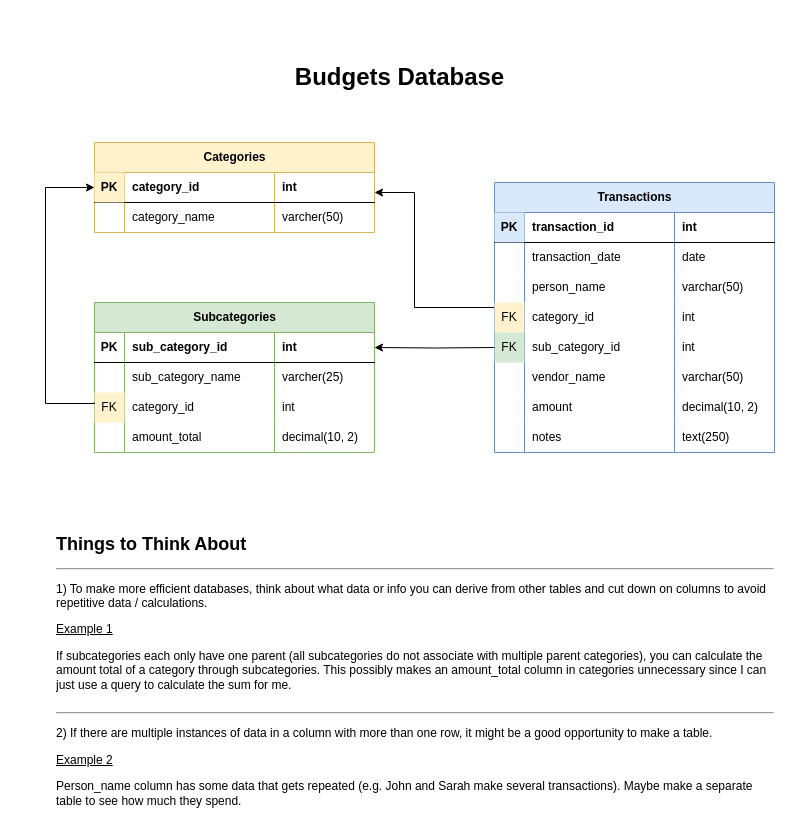
This is sprint-1/09-database-design/exercise_database-design/e9-transactions-diagram.drawio from full-stack-devs-learn/niantic-2024-07-voyager-jane, a draw.io file, before an edit. Source tidied: cells renumbered, new cells numbered last; positions are measured from the earlier drawing's top-left corner, leaving out a move shared by most shapes. Both pictures are drawn from the tidied source at 100%, with x=0, y=0 at pixel (45, 57).
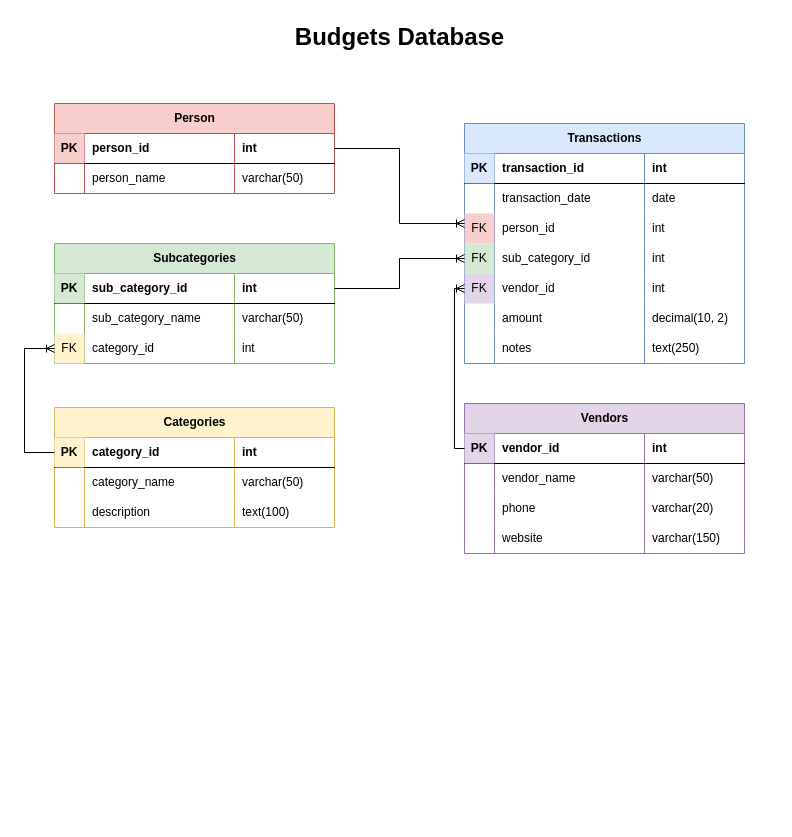
The same diagram, later.

Commit message (it also covers changes not shown here):
Review Project 2 - Successfully Created Budget database w/ filled tables

Unchanged cells that the change refers to:
```xml
<mxCell id="12" style="shape=tableRow;horizontal=0;startSize=0;swimlaneHead=0;swimlaneBody=0;fillColor=none;points=[[0,0.5],[1,0.5]];portConstraint=eastwest;top=0;left=0;right=0;bottom=0;" parent="3" vertex="1">
  <mxGeometry y="90" width="280" height="30" as="geometry" />
</mxCell>
<mxCell id="37" style="shape=tableRow;horizontal=0;startSize=0;swimlaneHead=0;swimlaneBody=0;fillColor=none;points=[[0,0.5],[1,0.5]];portConstraint=eastwest;top=0;left=0;right=0;bottom=1;" parent="36" vertex="1">
  <mxGeometry y="30" width="280" height="30" as="geometry" />
</mxCell>
<mxCell id="41" style="shape=tableRow;horizontal=0;startSize=0;swimlaneHead=0;swimlaneBody=0;fillColor=none;top=0;left=0;right=0;bottom=0;" parent="36" vertex="1">
  <mxGeometry y="60" width="280" height="30" as="geometry" />
</mxCell>
<mxCell id="46" style="shape=tableRow;horizontal=0;startSize=0;swimlaneHead=0;swimlaneBody=0;fillColor=none;points=[[0,0.5],[1,0.5]];portConstraint=eastwest;top=0;left=0;right=0;bottom=1;" parent="45" vertex="1">
  <mxGeometry y="30" width="280" height="30" as="geometry" />
</mxCell>
<mxCell id="50" style="shape=tableRow;horizontal=0;startSize=0;swimlaneHead=0;swimlaneBody=0;fillColor=none;top=0;left=0;right=0;bottom=0;" parent="45" vertex="1">
  <mxGeometry y="60" width="280" height="30" as="geometry" />
</mxCell>
<mxCell id="54" style="shape=tableRow;horizontal=0;startSize=0;swimlaneHead=0;swimlaneBody=0;fillColor=none;points=[[0,0.5],[1,0.5]];portConstraint=eastwest;top=0;left=0;right=0;bottom=0;" parent="45" vertex="1">
  <mxGeometry y="90" width="280" height="30" as="geometry" />
</mxCell>
```

The edit, as a diff of the source:
```diff
@@
-    <mxCell id="2" style="edgeStyle=orthogonalEdgeStyle;rounded=0;orthogonalLoop=1;jettySize=auto;html=1;" parent="1" edge="1">
-      <mxGeometry relative="1" as="geometry">
-        <mxPoint x="449" y="250" as="sourcePoint" />
-        <mxPoint x="329" y="135" as="targetPoint" />
-        <Array as="points">
-          <mxPoint x="369" y="250" />
-          <mxPoint x="369" y="135" />
-        </Array>
-      </mxGeometry>
-    </mxCell>
     <mxCell id="3" value="Transactions" style="shape=table;startSize=30;childLayout=tableLayout;rowLines=0;fontStyle=1;align=center;html=1;fillColor=#dae8fc;strokeColor=#6c8ebf;" parent="1" vertex="1">
-      <mxGeometry x="449" y="125" width="280" height="270" as="geometry" />
+      <mxGeometry x="419" y="66" width="280" height="240" as="geometry" />
     </mxCell>
@@
-    <mxCell id="13" style="shape=partialRectangle;fillColor=none;top=0;left=0;bottom=0;right=0;overflow=hidden;whiteSpace=wrap;html=1;" parent="12" vertex="1">
+    <mxCell id="13" value="FK" style="shape=partialRectangle;fillColor=#f8cecc;top=0;left=0;bottom=0;right=0;overflow=hidden;whiteSpace=wrap;html=1;strokeColor=#b85450;" parent="12" vertex="1">
       <mxGeometry width="30" height="30" as="geometry" />
     </mxCell>
-    <mxCell id="14" value="person_name" style="shape=partialRectangle;fillColor=none;top=0;left=0;bottom=0;right=0;align=left;spacingLeft=6;overflow=hidden;whiteSpace=wrap;html=1;" parent="12" vertex="1">
+    <mxCell id="14" value="person_id" style="shape=partialRectangle;fillColor=none;top=0;left=0;bottom=0;right=0;align=left;spacingLeft=6;overflow=hidden;whiteSpace=wrap;html=1;" parent="12" vertex="1">
       <mxGeometry x="30" width="150" height="30" as="geometry" />
     </mxCell>
-    <mxCell id="15" value="varchar(50)" style="shape=partialRectangle;fillColor=none;top=0;left=0;bottom=0;right=0;align=left;spacingLeft=6;overflow=hidden;whiteSpace=wrap;html=1;" parent="12" vertex="1">
+    <mxCell id="15" value="int" style="shape=partialRectangle;fillColor=none;top=0;left=0;bottom=0;right=0;align=left;spacingLeft=6;overflow=hidden;whiteSpace=wrap;html=1;" parent="12" vertex="1">
       <mxGeometry x="180" width="100" height="30" as="geometry" />
     </mxCell>
-    <mxCell id="16" style="shape=tableRow;horizontal=0;startSize=0;swimlaneHead=0;swimlaneBody=0;fillColor=none;top=0;left=0;right=0;bottom=0;" parent="3" vertex="1">
-      <mxGeometry y="120" width="280" height="30" as="geometry" />
-    </mxCell>
-    <mxCell id="17" value="FK" style="shape=partialRectangle;fillColor=#fff2cc;top=0;left=0;bottom=0;right=0;overflow=hidden;whiteSpace=wrap;html=1;strokeColor=#d6b656;" parent="16" vertex="1">
-      <mxGeometry width="30" height="30" as="geometry" />
-    </mxCell>
-    <mxCell id="18" value="category_id" style="shape=partialRectangle;fillColor=none;top=0;left=0;bottom=0;right=0;align=left;spacingLeft=6;overflow=hidden;whiteSpace=wrap;html=1;" parent="16" vertex="1">
-      <mxGeometry x="30" width="150" height="30" as="geometry" />
-    </mxCell>
-    <mxCell id="19" value="int" style="shape=partialRectangle;fillColor=none;top=0;left=0;bottom=0;right=0;align=left;spacingLeft=6;overflow=hidden;whiteSpace=wrap;html=1;" parent="16" vertex="1">
-      <mxGeometry x="180" width="100" height="30" as="geometry" />
-    </mxCell>
     <mxCell id="20" style="shape=tableRow;horizontal=0;startSize=0;swimlaneHead=0;swimlaneBody=0;fillColor=none;points=[[0,0.5],[1,0.5]];portConstraint=eastwest;top=0;left=0;right=0;bottom=0;" parent="3" vertex="1">
-      <mxGeometry y="150" width="280" height="30" as="geometry" />
+      <mxGeometry y="120" width="280" height="30" as="geometry" />
     </mxCell>
@@
     <mxCell id="24" style="shape=tableRow;horizontal=0;startSize=0;swimlaneHead=0;swimlaneBody=0;fillColor=none;points=[[0,0.5],[1,0.5]];portConstraint=eastwest;top=0;left=0;right=0;bottom=0;" parent="3" vertex="1">
-      <mxGeometry y="180" width="280" height="30" as="geometry" />
+      <mxGeometry y="150" width="280" height="30" as="geometry" />
     </mxCell>
-    <mxCell id="25" style="shape=partialRectangle;fillColor=none;top=0;left=0;bottom=0;right=0;overflow=hidden;whiteSpace=wrap;html=1;" parent="24" vertex="1">
+    <mxCell id="25" value="FK" style="shape=partialRectangle;fillColor=#e1d5e7;top=0;left=0;bottom=0;right=0;overflow=hidden;whiteSpace=wrap;html=1;strokeColor=#9673a6;" parent="24" vertex="1">
       <mxGeometry width="30" height="30" as="geometry" />
     </mxCell>
-    <mxCell id="26" value="vendor_name" style="shape=partialRectangle;fillColor=none;top=0;left=0;bottom=0;right=0;align=left;spacingLeft=6;overflow=hidden;whiteSpace=wrap;html=1;" parent="24" vertex="1">
+    <mxCell id="26" value="vendor_id" style="shape=partialRectangle;fillColor=none;top=0;left=0;bottom=0;right=0;align=left;spacingLeft=6;overflow=hidden;whiteSpace=wrap;html=1;" parent="24" vertex="1">
       <mxGeometry x="30" width="150" height="30" as="geometry" />
     </mxCell>
-    <mxCell id="27" value="varchar(50)" style="shape=partialRectangle;fillColor=none;top=0;left=0;bottom=0;right=0;align=left;spacingLeft=6;overflow=hidden;whiteSpace=wrap;html=1;" parent="24" vertex="1">
+    <mxCell id="27" value="int" style="shape=partialRectangle;fillColor=none;top=0;left=0;bottom=0;right=0;align=left;spacingLeft=6;overflow=hidden;whiteSpace=wrap;html=1;" parent="24" vertex="1">
       <mxGeometry x="180" width="100" height="30" as="geometry" />
     </mxCell>
     <mxCell id="28" style="shape=tableRow;horizontal=0;startSize=0;swimlaneHead=0;swimlaneBody=0;fillColor=none;top=0;left=0;right=0;bottom=0;" parent="3" vertex="1">
-      <mxGeometry y="210" width="280" height="30" as="geometry" />
+      <mxGeometry y="180" width="280" height="30" as="geometry" />
     </mxCell>
@@
     <mxCell id="32" style="shape=tableRow;horizontal=0;startSize=0;swimlaneHead=0;swimlaneBody=0;fillColor=none;top=0;left=0;right=0;bottom=0;" parent="3" vertex="1">
-      <mxGeometry y="240" width="280" height="30" as="geometry" />
+      <mxGeometry y="210" width="280" height="30" as="geometry" />
     </mxCell>
@@
     <mxCell id="36" value="Categories" style="shape=table;startSize=30;childLayout=tableLayout;rowLines=0;fontStyle=1;align=center;html=1;fillColor=#fff2cc;strokeColor=#d6b656;" parent="1" vertex="1">
-      <mxGeometry x="49" y="85" width="280" height="90" as="geometry" />
+      <mxGeometry x="9" y="350" width="280" height="120" as="geometry" />
     </mxCell>
@@
-    <mxCell id="44" value="varcher(50)" style="shape=partialRectangle;fillColor=none;top=0;left=0;bottom=0;right=0;align=left;spacingLeft=6;overflow=hidden;whiteSpace=wrap;html=1;" parent="41" vertex="1">
+    <mxCell id="44" value="varchar(50)" style="shape=partialRectangle;fillColor=none;top=0;left=0;bottom=0;right=0;align=left;spacingLeft=6;overflow=hidden;whiteSpace=wrap;html=1;" parent="41" vertex="1">
       <mxGeometry x="180" width="100" height="30" as="geometry" />
     </mxCell>
+    <mxCell id="66" style="shape=tableRow;horizontal=0;startSize=0;swimlaneHead=0;swimlaneBody=0;fillColor=none;top=0;left=0;right=0;bottom=0;" parent="36" vertex="1">
+      <mxGeometry y="90" width="280" height="30" as="geometry" />
+    </mxCell>
+    <mxCell id="67" style="shape=partialRectangle;fillColor=none;top=0;left=0;bottom=0;right=0;overflow=hidden;whiteSpace=wrap;html=1;" parent="66" vertex="1">
+      <mxGeometry width="30" height="30" as="geometry" />
+    </mxCell>
+    <mxCell id="68" value="description" style="shape=partialRectangle;fillColor=none;top=0;left=0;bottom=0;right=0;align=left;spacingLeft=6;overflow=hidden;whiteSpace=wrap;html=1;strokeColor=default;" parent="66" vertex="1">
+      <mxGeometry x="30" width="150" height="30" as="geometry" />
+    </mxCell>
+    <mxCell id="69" value="text(100)" style="shape=partialRectangle;fillColor=none;top=0;left=0;bottom=0;right=0;align=left;spacingLeft=6;overflow=hidden;whiteSpace=wrap;html=1;" parent="66" vertex="1">
+      <mxGeometry x="180" width="100" height="30" as="geometry" />
+    </mxCell>
     <mxCell id="45" value="Subcategories" style="shape=table;startSize=30;childLayout=tableLayout;rowLines=0;fontStyle=1;align=center;html=1;fillColor=#d5e8d4;strokeColor=#82b366;" parent="1" vertex="1">
-      <mxGeometry x="49" y="245" width="280" height="150" as="geometry" />
+      <mxGeometry x="9" y="186" width="280" height="120" as="geometry" />
     </mxCell>
@@
-    <mxCell id="47" value="PK" style="shape=partialRectangle;fillColor=none;top=0;left=0;bottom=0;right=0;fontStyle=1;overflow=hidden;whiteSpace=wrap;html=1;" parent="46" vertex="1">
+    <mxCell id="47" value="PK" style="shape=partialRectangle;fillColor=#d5e8d4;top=0;left=0;bottom=0;right=0;fontStyle=1;overflow=hidden;whiteSpace=wrap;html=1;strokeColor=#82b366;" parent="46" vertex="1">
       <mxGeometry width="30" height="30" as="geometry" />
     </mxCell>
@@
-    <mxCell id="53" value="varcher(25)" style="shape=partialRectangle;fillColor=none;top=0;left=0;bottom=0;right=0;align=left;spacingLeft=6;overflow=hidden;whiteSpace=wrap;html=1;" parent="50" vertex="1">
+    <mxCell id="53" value="varchar(50)" style="shape=partialRectangle;fillColor=none;top=0;left=0;bottom=0;right=0;align=left;spacingLeft=6;overflow=hidden;whiteSpace=wrap;html=1;" parent="50" vertex="1">
       <mxGeometry x="180" width="100" height="30" as="geometry" />
     </mxCell>
@@
-    <mxCell id="58" style="shape=tableRow;horizontal=0;startSize=0;swimlaneHead=0;swimlaneBody=0;fillColor=none;top=0;left=0;right=0;bottom=0;" parent="45" vertex="1">
-      <mxGeometry y="120" width="280" height="30" as="geometry" />
-    </mxCell>
-    <mxCell id="59" style="shape=partialRectangle;fillColor=none;top=0;left=0;bottom=0;right=0;overflow=hidden;whiteSpace=wrap;html=1;" parent="58" vertex="1">
-      <mxGeometry width="30" height="30" as="geometry" />
-    </mxCell>
-    <mxCell id="60" value="amount_total" style="shape=partialRectangle;fillColor=none;top=0;left=0;bottom=0;right=0;align=left;spacingLeft=6;overflow=hidden;whiteSpace=wrap;html=1;" parent="58" vertex="1">
-      <mxGeometry x="30" width="150" height="30" as="geometry" />
-    </mxCell>
-    <mxCell id="61" value="decimal(10, 2)" style="shape=partialRectangle;fillColor=none;top=0;left=0;bottom=0;right=0;align=left;spacingLeft=6;overflow=hidden;whiteSpace=wrap;html=1;" parent="58" vertex="1">
-      <mxGeometry x="180" width="100" height="30" as="geometry" />
-    </mxCell>
-    <mxCell id="62" style="edgeStyle=orthogonalEdgeStyle;rounded=0;jettySize=auto;html=1;" parent="1" edge="1" target="46">
-      <mxGeometry relative="1" as="geometry">
-        <mxPoint x="449" y="290" as="sourcePoint" />
-      </mxGeometry>
-    </mxCell>
-    <mxCell id="63" style="edgeStyle=orthogonalEdgeStyle;rounded=0;jettySize=auto;html=1;entryX=0;entryY=0.5;entryDx=0;entryDy=0;" parent="1" edge="1" target="37">
-      <mxGeometry relative="1" as="geometry">
-        <mxPoint x="49" y="345" as="sourcePoint" />
-        <Array as="points">
-          <mxPoint x="49" y="346" />
-          <mxPoint y="346" />
-          <mxPoint y="130" />
-        </Array>
-      </mxGeometry>
-    </mxCell>
     <mxCell id="64" value="Budgets Database" style="text;strokeColor=none;fillColor=none;html=1;fontSize=24;fontStyle=1;verticalAlign=middle;align=center;" parent="1" vertex="1">
-      <mxGeometry x="224" width="260" height="40" as="geometry" />
+      <mxGeometry x="224" y="-40" width="260" height="40" as="geometry" />
     </mxCell>
-    <mxCell id="65" value="&lt;h1 style=&quot;margin-top: 0px; font-size: 18px;&quot;&gt;&lt;font style=&quot;font-size: 18px;&quot;&gt;Things to Think About&lt;/font&gt;&lt;/h1&gt;&lt;hr id=&quot;null&quot;&gt;&lt;p&gt;1) To make more efficient databases, think about what data or info you can derive from other tables and cut down on columns to avoid repetitive data / calculations.&lt;/p&gt;&lt;p style=&quot;line-height: 120%;&quot;&gt;&lt;u&gt;Example 1&lt;/u&gt;&lt;/p&gt;&lt;div style=&quot;line-height: 120%;&quot;&gt;If subcategories each only have one parent (all subcategories do not associate with multiple parent categories), you can calculate the amount total of a category through subcategories. This possibly makes an amount_total column in categories unnecessary since I can just use a query to calculate the sum for me.&amp;nbsp;&lt;/div&gt;&lt;div style=&quot;line-height: 120%;&quot;&gt;&lt;br&gt;&lt;/div&gt;&lt;div style=&quot;line-height: 120%;&quot;&gt;&lt;hr id=&quot;null&quot;&gt;&lt;/div&gt;&lt;p&gt;2) If there are multiple instances of data in a column with more than one row, it might be a good opportunity to make a table.&lt;/p&gt;&lt;p&gt;&lt;u&gt;Example 2&lt;/u&gt;&lt;/p&gt;&lt;p&gt;Person_name column has some data that gets repeated (e.g. John and Sarah make several transactions). Maybe make a separate table to see how much they spend.&lt;/p&gt;" style="text;html=1;whiteSpace=wrap;overflow=hidden;rounded=0;" parent="1" vertex="1">
-      <mxGeometry x="9" y="470" width="720" height="290" as="geometry" />
-    </mxCell>
+    <mxCell id="70" value="Person" style="shape=table;startSize=30;childLayout=tableLayout;rowLines=0;fontStyle=1;align=center;html=1;fillColor=#f8cecc;strokeColor=#b85450;" parent="1" vertex="1">
+      <mxGeometry x="9" y="46" width="280" height="90" as="geometry" />
+    </mxCell>
+    <mxCell id="71" style="shape=tableRow;horizontal=0;startSize=0;swimlaneHead=0;swimlaneBody=0;fillColor=none;points=[[0,0.5],[1,0.5]];portConstraint=eastwest;top=0;left=0;right=0;bottom=1;" parent="70" vertex="1">
+      <mxGeometry y="30" width="280" height="30" as="geometry" />
+    </mxCell>
+    <mxCell id="72" value="PK" style="shape=partialRectangle;fillColor=#f8cecc;top=0;left=0;bottom=0;right=0;fontStyle=1;overflow=hidden;whiteSpace=wrap;html=1;strokeColor=#b85450;" parent="71" vertex="1">
+      <mxGeometry width="30" height="30" as="geometry" />
+    </mxCell>
+    <mxCell id="73" value="person_id" style="shape=partialRectangle;fillColor=none;top=0;left=0;bottom=0;right=0;align=left;spacingLeft=6;fontStyle=1;overflow=hidden;whiteSpace=wrap;html=1;" parent="71" vertex="1">
+      <mxGeometry x="30" width="150" height="30" as="geometry" />
+    </mxCell>
+    <mxCell id="74" value="int" style="shape=partialRectangle;fillColor=none;top=0;left=0;bottom=0;right=0;align=left;spacingLeft=6;fontStyle=1;overflow=hidden;whiteSpace=wrap;html=1;" parent="71" vertex="1">
+      <mxGeometry x="180" width="100" height="30" as="geometry" />
+    </mxCell>
+    <mxCell id="75" style="shape=tableRow;horizontal=0;startSize=0;swimlaneHead=0;swimlaneBody=0;fillColor=none;top=0;left=0;right=0;bottom=0;" parent="70" vertex="1">
+      <mxGeometry y="60" width="280" height="30" as="geometry" />
+    </mxCell>
+    <mxCell id="76" style="shape=partialRectangle;fillColor=none;top=0;left=0;bottom=0;right=0;overflow=hidden;whiteSpace=wrap;html=1;" parent="75" vertex="1">
+      <mxGeometry width="30" height="30" as="geometry" />
+    </mxCell>
+    <mxCell id="77" value="person_name" style="shape=partialRectangle;fillColor=none;top=0;left=0;bottom=0;right=0;align=left;spacingLeft=6;overflow=hidden;whiteSpace=wrap;html=1;strokeColor=default;" parent="75" vertex="1">
+      <mxGeometry x="30" width="150" height="30" as="geometry" />
+    </mxCell>
+    <mxCell id="78" value="varchar(50)" style="shape=partialRectangle;fillColor=none;top=0;left=0;bottom=0;right=0;align=left;spacingLeft=6;overflow=hidden;whiteSpace=wrap;html=1;" parent="75" vertex="1">
+      <mxGeometry x="180" width="100" height="30" as="geometry" />
+    </mxCell>
+    <mxCell id="79" value="Vendors" style="shape=table;startSize=30;childLayout=tableLayout;rowLines=0;fontStyle=1;align=center;html=1;fillColor=#e1d5e7;strokeColor=#9673a6;" parent="1" vertex="1">
+      <mxGeometry x="419" y="346" width="280" height="150" as="geometry" />
+    </mxCell>
+    <mxCell id="80" style="shape=tableRow;horizontal=0;startSize=0;swimlaneHead=0;swimlaneBody=0;fillColor=none;points=[[0,0.5],[1,0.5]];portConstraint=eastwest;top=0;left=0;right=0;bottom=1;" parent="79" vertex="1">
+      <mxGeometry y="30" width="280" height="30" as="geometry" />
+    </mxCell>
+    <mxCell id="81" value="PK" style="shape=partialRectangle;fillColor=#e1d5e7;top=0;left=0;bottom=0;right=0;fontStyle=1;overflow=hidden;whiteSpace=wrap;html=1;strokeColor=#9673a6;" parent="80" vertex="1">
+      <mxGeometry width="30" height="30" as="geometry" />
+    </mxCell>
+    <mxCell id="82" value="vendor_id" style="shape=partialRectangle;fillColor=none;top=0;left=0;bottom=0;right=0;align=left;spacingLeft=6;fontStyle=1;overflow=hidden;whiteSpace=wrap;html=1;" parent="80" vertex="1">
+      <mxGeometry x="30" width="150" height="30" as="geometry" />
+    </mxCell>
+    <mxCell id="83" value="int" style="shape=partialRectangle;fillColor=none;top=0;left=0;bottom=0;right=0;align=left;spacingLeft=6;fontStyle=1;overflow=hidden;whiteSpace=wrap;html=1;" parent="80" vertex="1">
+      <mxGeometry x="180" width="100" height="30" as="geometry" />
+    </mxCell>
+    <mxCell id="84" style="shape=tableRow;horizontal=0;startSize=0;swimlaneHead=0;swimlaneBody=0;fillColor=none;top=0;left=0;right=0;bottom=0;" parent="79" vertex="1">
+      <mxGeometry y="60" width="280" height="30" as="geometry" />
+    </mxCell>
+    <mxCell id="85" style="shape=partialRectangle;fillColor=none;top=0;left=0;bottom=0;right=0;overflow=hidden;whiteSpace=wrap;html=1;" parent="84" vertex="1">
+      <mxGeometry width="30" height="30" as="geometry" />
+    </mxCell>
+    <mxCell id="86" value="vendor_name" style="shape=partialRectangle;fillColor=none;top=0;left=0;bottom=0;right=0;align=left;spacingLeft=6;overflow=hidden;whiteSpace=wrap;html=1;" parent="84" vertex="1">
+      <mxGeometry x="30" width="150" height="30" as="geometry" />
+    </mxCell>
+    <mxCell id="87" value="varchar(50)" style="shape=partialRectangle;fillColor=none;top=0;left=0;bottom=0;right=0;align=left;spacingLeft=6;overflow=hidden;whiteSpace=wrap;html=1;" parent="84" vertex="1">
+      <mxGeometry x="180" width="100" height="30" as="geometry" />
+    </mxCell>
+    <mxCell id="88" style="shape=tableRow;horizontal=0;startSize=0;swimlaneHead=0;swimlaneBody=0;fillColor=none;top=0;left=0;right=0;bottom=0;" parent="79" vertex="1">
+      <mxGeometry y="90" width="280" height="30" as="geometry" />
+    </mxCell>
+    <mxCell id="89" style="shape=partialRectangle;top=0;left=0;bottom=0;right=0;overflow=hidden;whiteSpace=wrap;html=1;fillColor=none;" parent="88" vertex="1">
+      <mxGeometry width="30" height="30" as="geometry" />
+    </mxCell>
+    <mxCell id="90" value="phone" style="shape=partialRectangle;fillColor=none;top=0;left=0;bottom=0;right=0;align=left;spacingLeft=6;overflow=hidden;whiteSpace=wrap;html=1;" parent="88" vertex="1">
+      <mxGeometry x="30" width="150" height="30" as="geometry" />
+    </mxCell>
+    <mxCell id="91" value="varchar(20)" style="shape=partialRectangle;fillColor=none;top=0;left=0;bottom=0;right=0;align=left;spacingLeft=6;overflow=hidden;whiteSpace=wrap;html=1;" parent="88" vertex="1">
+      <mxGeometry x="180" width="100" height="30" as="geometry" />
+    </mxCell>
+    <mxCell id="92" style="shape=tableRow;horizontal=0;startSize=0;swimlaneHead=0;swimlaneBody=0;fillColor=none;top=0;left=0;right=0;bottom=0;" parent="79" vertex="1">
+      <mxGeometry y="120" width="280" height="30" as="geometry" />
+    </mxCell>
+    <mxCell id="93" style="shape=partialRectangle;fillColor=none;top=0;left=0;bottom=0;right=0;overflow=hidden;whiteSpace=wrap;html=1;" parent="92" vertex="1">
+      <mxGeometry width="30" height="30" as="geometry" />
+    </mxCell>
+    <mxCell id="94" value="website" style="shape=partialRectangle;fillColor=none;top=0;left=0;bottom=0;right=0;align=left;spacingLeft=6;overflow=hidden;whiteSpace=wrap;html=1;" parent="92" vertex="1">
+      <mxGeometry x="30" width="150" height="30" as="geometry" />
+    </mxCell>
+    <mxCell id="95" value="varchar(150)" style="shape=partialRectangle;fillColor=none;top=0;left=0;bottom=0;right=0;align=left;spacingLeft=6;overflow=hidden;whiteSpace=wrap;html=1;" parent="92" vertex="1">
+      <mxGeometry x="180" width="100" height="30" as="geometry" />
+    </mxCell>
+    <mxCell id="96" style="fontSize=12;html=1;endArrow=ERoneToMany;rounded=0;strokeColor=default;exitX=1;exitY=0.5;exitDx=0;exitDy=0;edgeStyle=elbowEdgeStyle;entryX=0;entryY=0.333;entryDx=0;entryDy=0;entryPerimeter=0;" parent="1" edge="1" source="71" target="12">
+      <mxGeometry relative="1" as="geometry" />
+    </mxCell>
+    <mxCell id="97" style="fontSize=12;html=1;endArrow=ERoneToMany;rounded=0;strokeColor=default;exitX=1;exitY=0.5;exitDx=0;exitDy=0;edgeStyle=elbowEdgeStyle;entryX=0;entryY=0.5;entryDx=0;entryDy=0;" parent="1" edge="1" source="46" target="20">
+      <mxGeometry relative="1" as="geometry" />
+    </mxCell>
+    <mxCell id="98" style="fontSize=12;html=1;endArrow=ERoneToMany;rounded=0;strokeColor=default;entryX=0;entryY=0.5;entryDx=0;entryDy=0;edgeStyle=orthogonalEdgeStyle;elbow=vertical;exitX=0;exitY=0.5;exitDx=0;exitDy=0;" parent="1" edge="1" source="80" target="24">
+      <mxGeometry relative="1" as="geometry" />
+    </mxCell>
+    <mxCell id="99" style="fontSize=12;html=1;endArrow=ERoneToMany;rounded=0;strokeColor=default;exitX=0;exitY=0.5;exitDx=0;exitDy=0;edgeStyle=elbowEdgeStyle;entryX=0;entryY=0.5;entryDx=0;entryDy=0;" parent="1" edge="1" source="37" target="54">
+      <mxGeometry relative="1" as="geometry">
+        <Array as="points">
+          <mxPoint x="-21" y="310" />
+        </Array>
+      </mxGeometry>
+    </mxCell>
```
